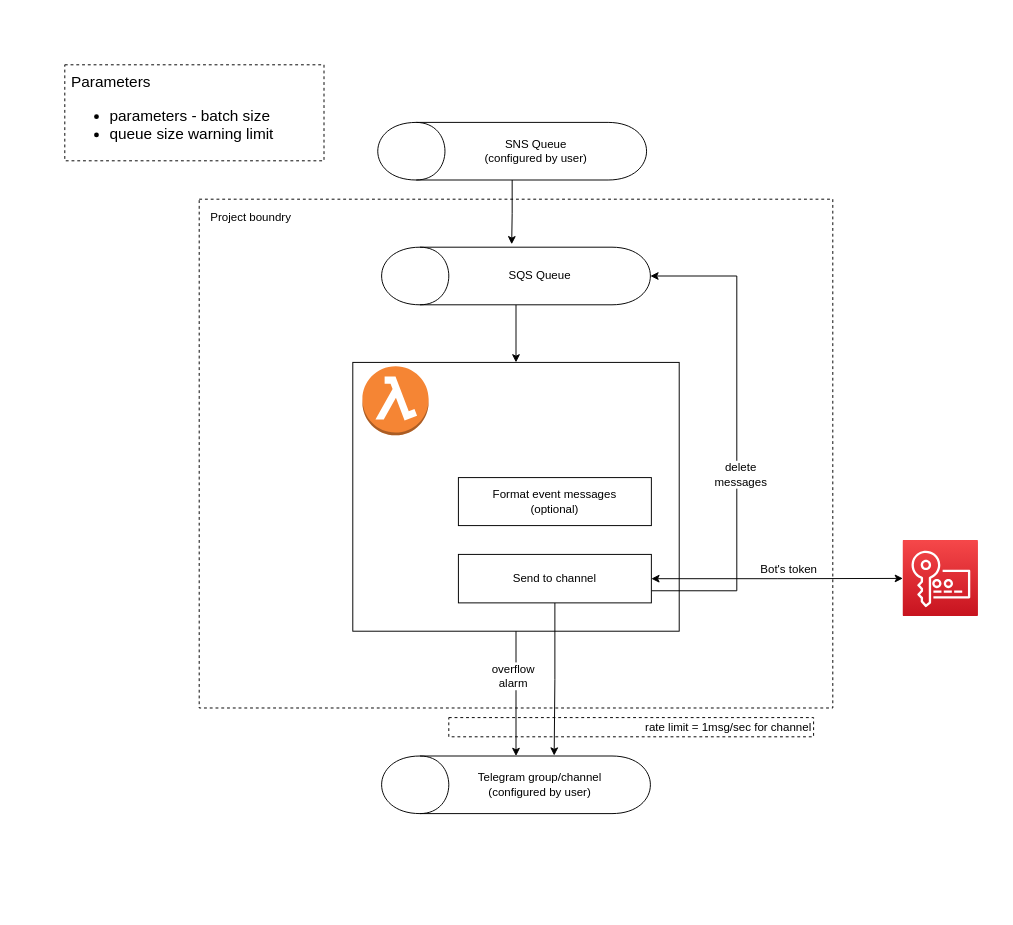
Above: doc/telegraf1.drawio in Sevick/telegraf (draw.io), before the change. Source tidied: cells renumbered, new cells numbered last; positions are measured from the earlier drawing's top-left corner, leaving out a move shared by most shapes. Both pictures are drawn from the tidied source at 96%, with x=0, y=0 at pixel (64, 16).
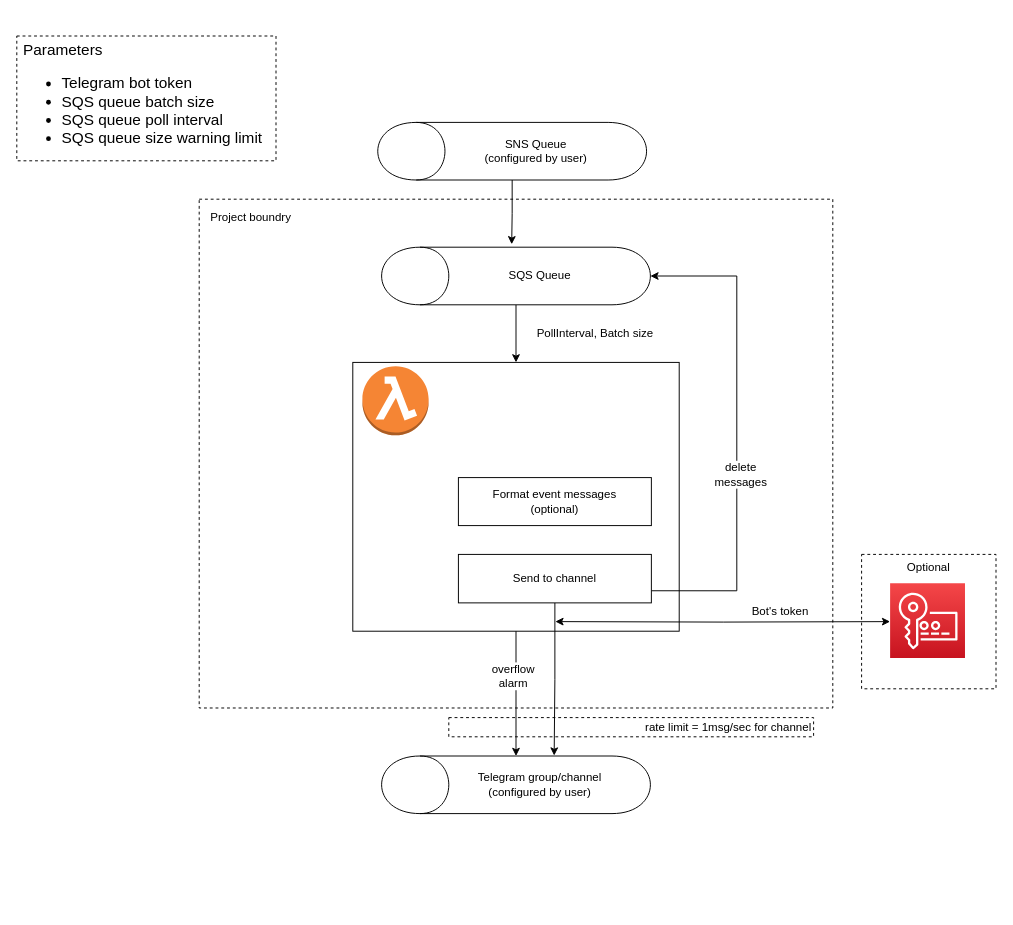
After the change.

The change refers to these unchanged cells:
```xml
<mxCell id="13" value="Send to channel" style="rounded=0;whiteSpace=wrap;html=1;" parent="1" vertex="1">
  <mxGeometry x="410" y="560" width="201" height="50.5" as="geometry" />
</mxCell>
```

The edit, as a diff of the source:
```diff
@@
+    <mxCell id="28" value="Optional" style="rounded=0;whiteSpace=wrap;html=1;align=center;verticalAlign=top;dashed=1;" parent="1" vertex="1">
+      <mxGeometry x="830" y="560" width="140" height="140" as="geometry" />
+    </mxCell>
@@
-    <mxCell id="11" style="edgeStyle=orthogonalEdgeStyle;rounded=0;jettySize=auto;html=1;entryX=0;entryY=0.513;entryDx=0;entryDy=0;entryPerimeter=0;startArrow=classic;startFill=1;" parent="1" edge="1" source="13" target="26">
-      <mxGeometry relative="1" as="geometry" />
+    <mxCell id="11" style="edgeStyle=orthogonalEdgeStyle;rounded=0;jettySize=auto;html=1;entryX=0;entryY=0.513;entryDx=0;entryDy=0;entryPerimeter=0;startArrow=classic;startFill=1;" parent="1" edge="1" target="26">
+      <mxGeometry relative="1" as="geometry">
+        <mxPoint x="511" y="630" as="sourcePoint" />
+      </mxGeometry>
     </mxCell>
     <mxCell id="12" value="Bot's token" style="text;html=1;align=center;verticalAlign=middle;labelBackgroundColor=#ffffff;" parent="11" vertex="1">
       <mxGeometry x="0.19" y="-1" relative="1" as="geometry">
-        <mxPoint x="-12.9" y="-11" as="offset" />
+        <mxPoint x="26.5" y="-11.3" as="offset" />
       </mxGeometry>
     </mxCell>
@@
-    <mxCell id="19" value="&lt;div style=&quot;font-size: 16px&quot;&gt;&lt;span&gt;Parameters&lt;/span&gt;&lt;ul&gt;&lt;li&gt;parameters - batch size&lt;/li&gt;&lt;li&gt;queue size warning limit&lt;/li&gt;&lt;/ul&gt;&lt;/div&gt;" style="rounded=0;whiteSpace=wrap;html=1;dashed=1;fillColor=none;align=left;spacingLeft=5;spacingTop=5;" parent="1" vertex="1">
-      <mxGeometry y="50" width="270" height="100" as="geometry" />
+    <mxCell id="19" value="&lt;div style=&quot;font-size: 16px&quot;&gt;&lt;span&gt;Parameters&lt;/span&gt;&lt;ul&gt;&lt;li&gt;Telegram bot token&lt;/li&gt;&lt;li&gt;SQS queue batch size&lt;/li&gt;&lt;li&gt;SQS queue poll interval&lt;/li&gt;&lt;li&gt;SQS queue size warning limit&lt;/li&gt;&lt;/ul&gt;&lt;/div&gt;" style="rounded=0;whiteSpace=wrap;html=1;dashed=1;fillColor=none;align=left;spacingLeft=5;spacingTop=5;" parent="1" vertex="1">
+      <mxGeometry x="-50" y="20" width="270" height="130" as="geometry" />
     </mxCell>
@@
     <mxCell id="26" style="outlineConnect=0;fontColor=#232F3E;gradientColor=#F54749;gradientDirection=north;fillColor=#C7131F;strokeColor=#ffffff;dashed=0;verticalLabelPosition=bottom;verticalAlign=top;align=center;html=1;fontSize=12;fontStyle=0;shape=mxgraph.aws4.resourceIcon;resIcon=mxgraph.aws4.key_management_service;" parent="1" vertex="1">
-      <mxGeometry x="873" y="545" width="78" height="78" as="geometry" />
+      <mxGeometry x="859.7" y="590" width="78" height="78" as="geometry" />
     </mxCell>
-    <mxCell id="27" style="fontColor=#232F3E;gradientColor=#F54749;gradientDirection=north;fillColor=#C7131F;strokeColor=#ffffff;dashed=0;verticalLabelPosition=bottom;verticalAlign=top;align=center;html=1;fontSize=12;fontStyle=0;shape=mxgraph.aws4.resourceIcon;resIcon=mxgraph.aws4.key_management_service;" parent="1" vertex="1">
-      <mxGeometry x="873" y="546.2" width="78" height="78" as="geometry" />
-    </mxCell>
+    <mxCell id="29" value="PollInterval, Batch size" style="text;html=1;strokeColor=none;fillColor=none;align=left;verticalAlign=middle;whiteSpace=wrap;rounded=0;" parent="1" vertex="1">
+      <mxGeometry x="490" y="320" width="160" height="20" as="geometry" />
+    </mxCell>
```
